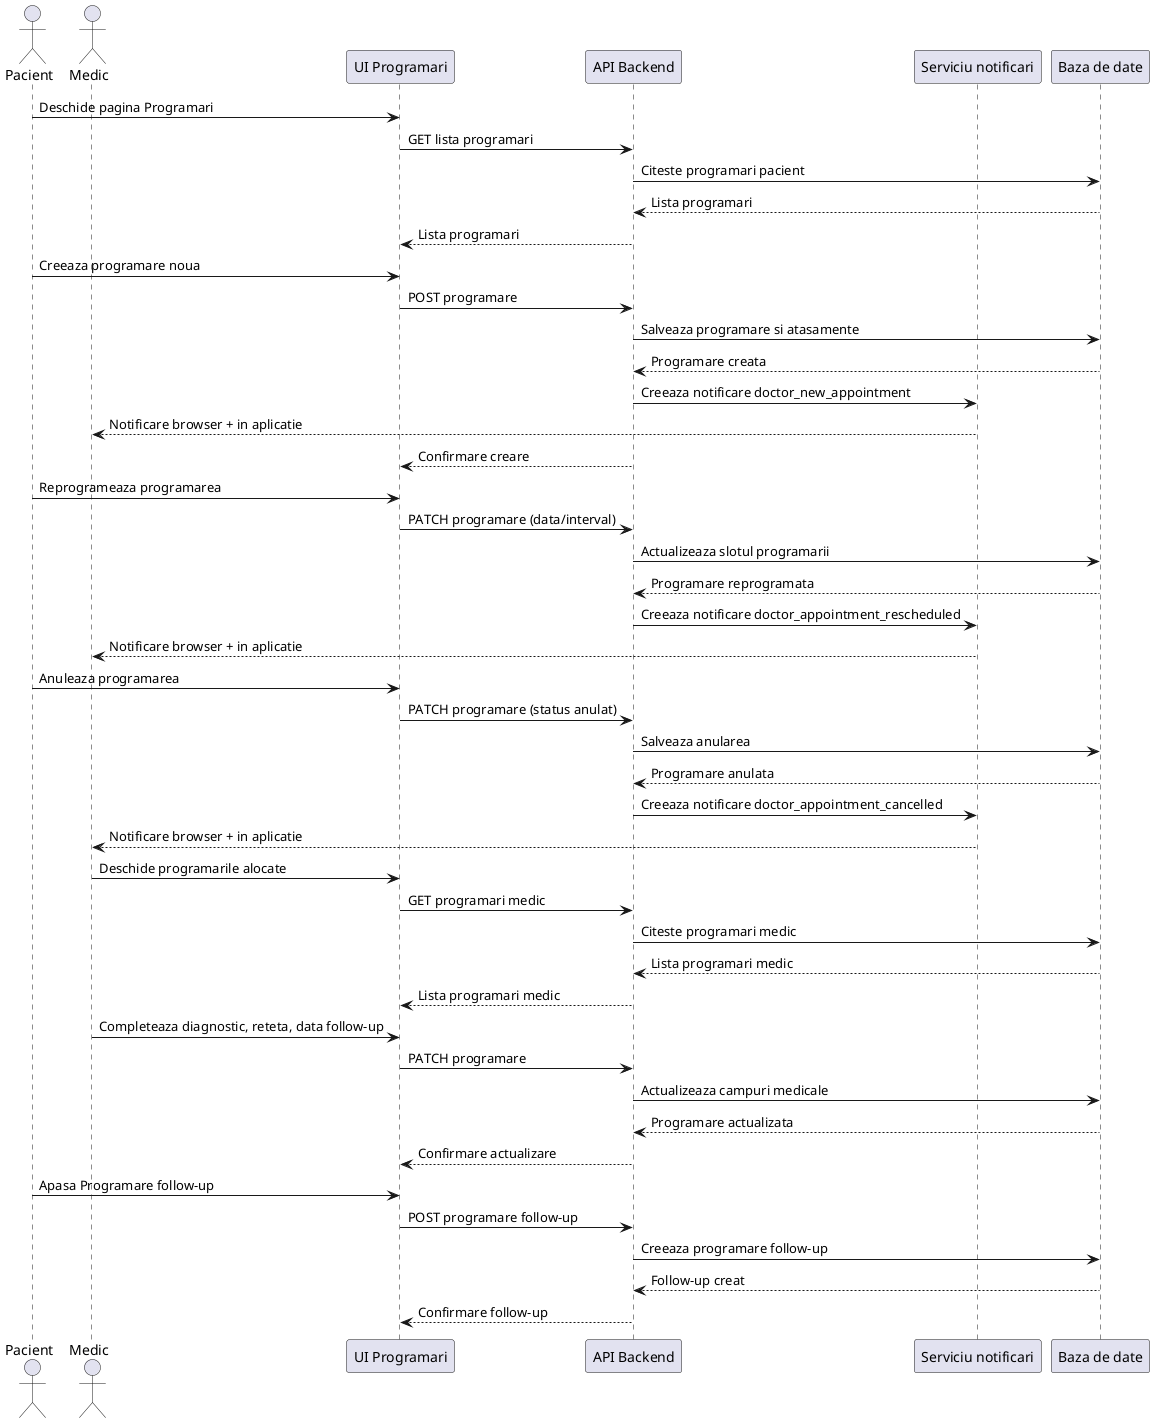
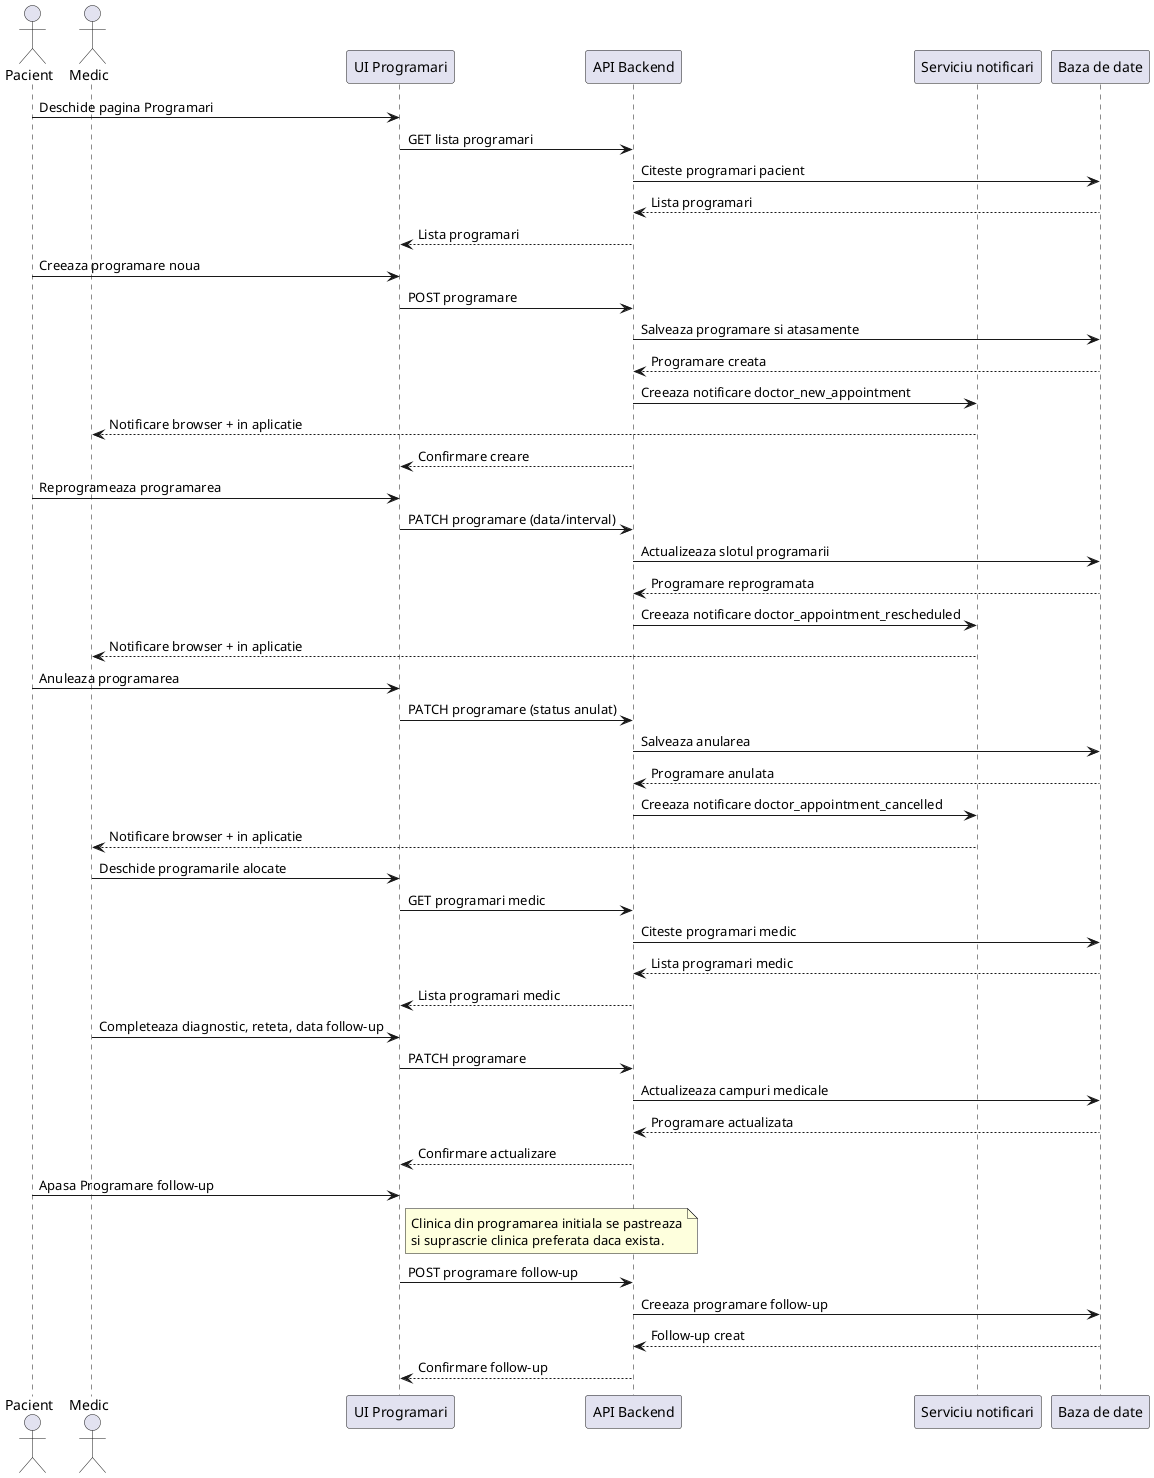
@startuml
actor Pacient
actor Medic
participant "UI Programari" as UI
participant "API Backend" as API
participant "Serviciu notificari" as Notif
participant "Baza de date" as DB

Pacient -> UI : Deschide pagina Programari
UI -> API : GET lista programari
API -> DB : Citeste programari pacient
DB --> API : Lista programari
API --> UI : Lista programari

Pacient -> UI : Creeaza programare noua
UI -> API : POST programare
API -> DB : Salveaza programare si atasamente
DB --> API : Programare creata
API -> Notif : Creeaza notificare doctor_new_appointment
Notif --> Medic : Notificare browser + in aplicatie
API --> UI : Confirmare creare

Pacient -> UI : Reprogrameaza programarea
UI -> API : PATCH programare (data/interval)
API -> DB : Actualizeaza slotul programarii
DB --> API : Programare reprogramata
API -> Notif : Creeaza notificare doctor_appointment_rescheduled
Notif --> Medic : Notificare browser + in aplicatie

Pacient -> UI : Anuleaza programarea
UI -> API : PATCH programare (status anulat)
API -> DB : Salveaza anularea
DB --> API : Programare anulata
API -> Notif : Creeaza notificare doctor_appointment_cancelled
Notif --> Medic : Notificare browser + in aplicatie

Medic -> UI : Deschide programarile alocate
UI -> API : GET programari medic
API -> DB : Citeste programari medic
DB --> API : Lista programari medic
API --> UI : Lista programari medic

Medic -> UI : Completeaza diagnostic, reteta, data follow-up
UI -> API : PATCH programare
API -> DB : Actualizeaza campuri medicale
DB --> API : Programare actualizata
API --> UI : Confirmare actualizare

Pacient -> UI : Apasa Programare follow-up
+ note right of UI
+ 	Clinica din programarea initiala se pastreaza
+ 	si suprascrie clinica preferata daca exista.
+ end note
UI -> API : POST programare follow-up
API -> DB : Creeaza programare follow-up
DB --> API : Follow-up creat
API --> UI : Confirmare follow-up

@enduml